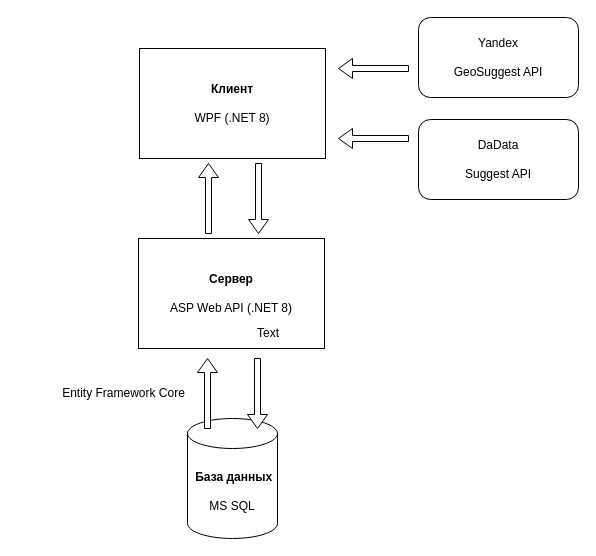
Above: Схема.drawio in AMP95/LogistHelper (draw.io), before the change. Source tidied: cells renumbered, new cells numbered last; positions are measured from the earlier drawing's top-left corner, leaving out a move shared by most shapes. Both pictures are drawn from the tidied source at 100%, with x=0, y=0 at pixel (48, 17).
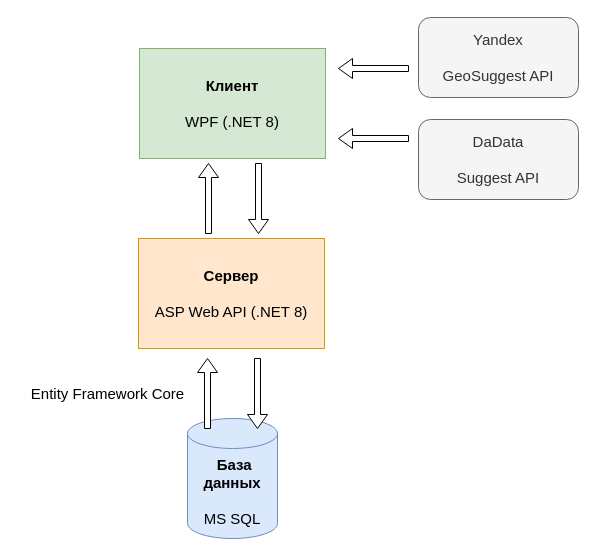
Above is the later version.

What changed in the source:
```diff
@@
 <mxGraphModel>
   <root>
     <mxCell id="0" />
     <mxCell id="1" parent="0" />
-    <mxCell id="2" value="&lt;b&gt;Клиент&lt;/b&gt;&lt;div&gt;&lt;br&gt;&lt;div&gt;WPF (.NET 8)&lt;/div&gt;&lt;/div&gt;" style="rounded=0;whiteSpace=wrap;html=1;" parent="1" vertex="1">
+    <mxCell id="2" value="&lt;b&gt;Клиент&lt;/b&gt;&lt;div&gt;&lt;br&gt;&lt;div&gt;WPF (.NET 8)&lt;/div&gt;&lt;/div&gt;" style="rounded=0;whiteSpace=wrap;html=1;fillColor=#d5e8d4;strokeColor=#82b366;fontSize=15;" parent="1" vertex="1">
       <mxGeometry x="91" y="31" width="186" height="110" as="geometry" />
     </mxCell>
-    <mxCell id="3" value="&lt;b&gt;Сервер&lt;/b&gt;&lt;div&gt;&lt;br&gt;&lt;div&gt;ASP Web API (.NET 8)&lt;/div&gt;&lt;/div&gt;" style="rounded=0;whiteSpace=wrap;html=1;" parent="1" vertex="1">
+    <mxCell id="3" value="&lt;b&gt;Сервер&lt;/b&gt;&lt;div&gt;&lt;br&gt;&lt;div&gt;ASP Web API (.NET 8)&lt;/div&gt;&lt;/div&gt;" style="rounded=0;whiteSpace=wrap;html=1;fillColor=#ffe6cc;strokeColor=#d79b00;fontSize=15;" parent="1" vertex="1">
       <mxGeometry x="90" y="221" width="186" height="110" as="geometry" />
     </mxCell>
-    <mxCell id="4" value="&amp;nbsp;&lt;b&gt;База данных&lt;/b&gt;&lt;div&gt;&lt;br&gt;&lt;/div&gt;&lt;div&gt;MS SQL&lt;/div&gt;" style="shape=cylinder3;whiteSpace=wrap;html=1;boundedLbl=1;backgroundOutline=1;size=15;" parent="1" vertex="1">
+    <mxCell id="4" value="&amp;nbsp;&lt;b&gt;База данных&lt;/b&gt;&lt;div&gt;&lt;br&gt;&lt;/div&gt;&lt;div&gt;MS SQL&lt;/div&gt;" style="shape=cylinder3;whiteSpace=wrap;html=1;boundedLbl=1;backgroundOutline=1;size=15;fillColor=#dae8fc;strokeColor=#6c8ebf;fontSize=15;" parent="1" vertex="1">
       <mxGeometry x="139" y="401" width="90" height="120" as="geometry" />
     </mxCell>
-    <mxCell id="5" value="Yandex&lt;div&gt;&lt;br&gt;&lt;/div&gt;&lt;div&gt;GeoSuggest API&lt;/div&gt;" style="rounded=1;whiteSpace=wrap;html=1;" parent="1" vertex="1">
+    <mxCell id="5" value="Yandex&lt;div&gt;&lt;br&gt;&lt;/div&gt;&lt;div&gt;GeoSuggest API&lt;/div&gt;" style="rounded=1;whiteSpace=wrap;html=1;fillColor=#f5f5f5;strokeColor=#666666;fontColor=#333333;fontSize=15;" parent="1" vertex="1">
       <mxGeometry x="370" width="160" height="80" as="geometry" />
     </mxCell>
-    <mxCell id="6" value="DaData&lt;div&gt;&lt;br&gt;&lt;/div&gt;&lt;div&gt;Suggest API&lt;/div&gt;" style="rounded=1;whiteSpace=wrap;html=1;" parent="1" vertex="1">
+    <mxCell id="6" value="DaData&lt;div&gt;&lt;br&gt;&lt;/div&gt;&lt;div&gt;Suggest API&lt;/div&gt;" style="rounded=1;whiteSpace=wrap;html=1;fillColor=#f5f5f5;strokeColor=#666666;fontColor=#333333;fontSize=15;" parent="1" vertex="1">
       <mxGeometry x="370" y="102" width="160" height="80" as="geometry" />
     </mxCell>
-    <mxCell id="7" style="shape=singleArrow;direction=north;whiteSpace=wrap;html=1;" parent="1" vertex="1">
+    <mxCell id="7" style="shape=singleArrow;direction=north;whiteSpace=wrap;html=1;fontSize=15;" parent="1" vertex="1">
       <mxGeometry x="150" y="146" width="20" height="70" as="geometry" />
     </mxCell>
-    <mxCell id="8" style="shape=singleArrow;direction=north;whiteSpace=wrap;html=1;rotation=-180;" parent="1" vertex="1">
+    <mxCell id="8" style="shape=singleArrow;direction=north;whiteSpace=wrap;html=1;rotation=-180;fontSize=15;" parent="1" vertex="1">
       <mxGeometry x="200" y="146" width="20" height="70" as="geometry" />
     </mxCell>
-    <mxCell id="9" style="shape=singleArrow;direction=north;whiteSpace=wrap;html=1;" parent="1" vertex="1">
+    <mxCell id="9" style="shape=singleArrow;direction=north;whiteSpace=wrap;html=1;fontSize=15;" parent="1" vertex="1">
       <mxGeometry x="149" y="341" width="20" height="70" as="geometry" />
     </mxCell>
-    <mxCell id="10" style="shape=singleArrow;direction=north;whiteSpace=wrap;html=1;rotation=-180;" parent="1" vertex="1">
+    <mxCell id="10" style="shape=singleArrow;direction=north;whiteSpace=wrap;html=1;rotation=-180;fontSize=15;" parent="1" vertex="1">
       <mxGeometry x="199" y="341" width="20" height="70" as="geometry" />
     </mxCell>
-    <mxCell id="11" style="shape=singleArrow;direction=east;whiteSpace=wrap;html=1;rotation=-180;" parent="1" vertex="1">
+    <mxCell id="11" style="shape=singleArrow;direction=east;whiteSpace=wrap;html=1;rotation=-180;fontSize=15;" parent="1" vertex="1">
       <mxGeometry x="290" y="41" width="70" height="20" as="geometry" />
     </mxCell>
-    <mxCell id="12" style="shape=singleArrow;direction=east;whiteSpace=wrap;html=1;rotation=-180;" parent="1" vertex="1">
+    <mxCell id="12" style="shape=singleArrow;direction=east;whiteSpace=wrap;html=1;rotation=-180;fontSize=15;" parent="1" vertex="1">
       <mxGeometry x="290" y="111" width="70" height="20" as="geometry" />
     </mxCell>
-    <mxCell id="13" value="Text" style="text;html=1;align=center;verticalAlign=middle;whiteSpace=wrap;rounded=0;" parent="1" vertex="1">
-      <mxGeometry x="190" y="301" width="60" height="30" as="geometry" />
-    </mxCell>
-    <mxCell id="14" value="Entity Framework Core" style="text;html=1;align=center;verticalAlign=middle;strokeColor=none;fillColor=none;" parent="1" vertex="1">
-      <mxGeometry y="361" width="150" height="30" as="geometry" />
+    <mxCell id="14" value="Entity Framework Core" style="text;html=1;align=center;verticalAlign=middle;strokeColor=none;fillColor=none;fontSize=15;" parent="1" vertex="1">
+      <mxGeometry x="-31" y="361" width="180" height="30" as="geometry" />
     </mxCell>
   </root>
 </mxGraphModel>
```
